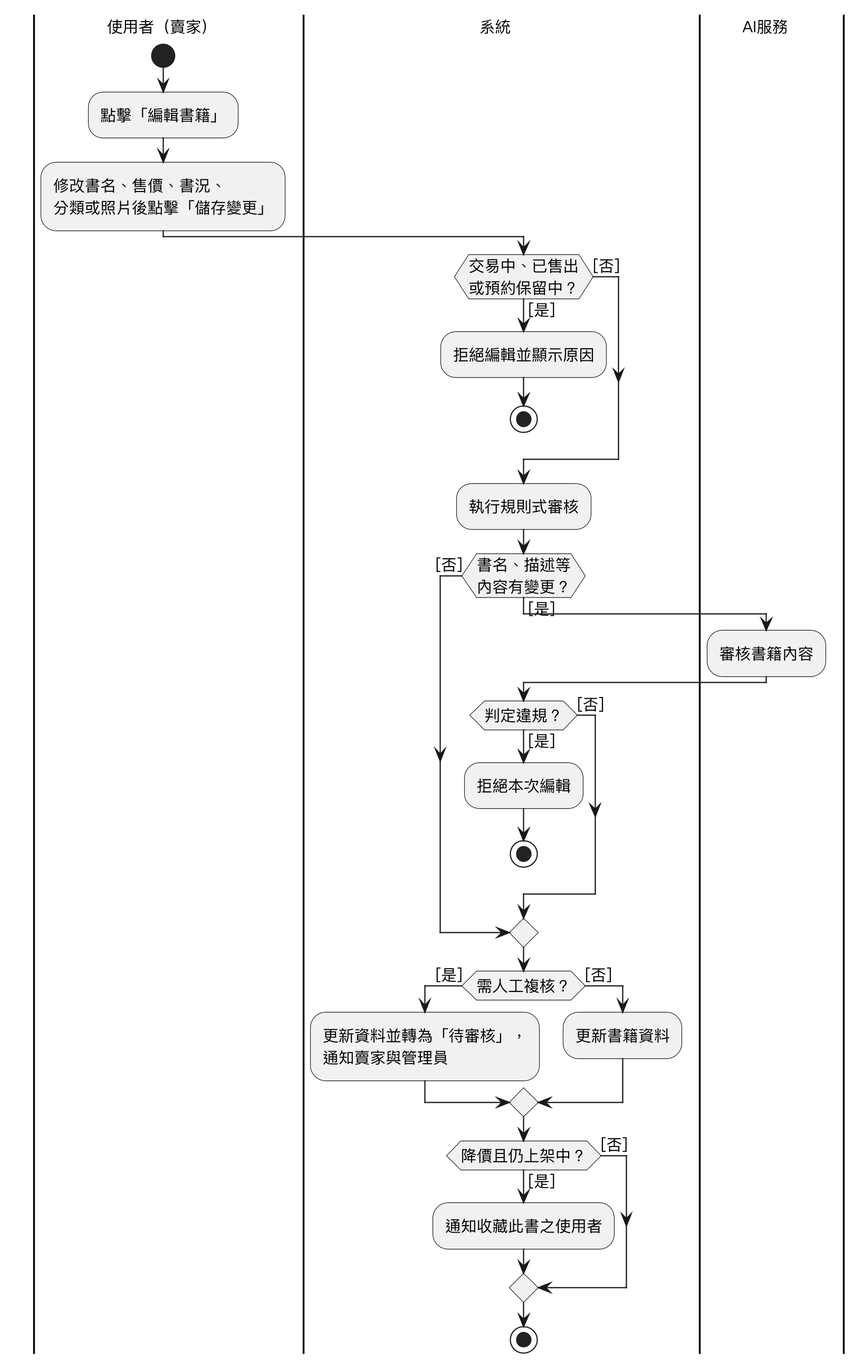
The PlantUML diagram Diagrams/Activity diagram/v3/uc02.png in SaveMyBook/SaveMyBook, before a commit.
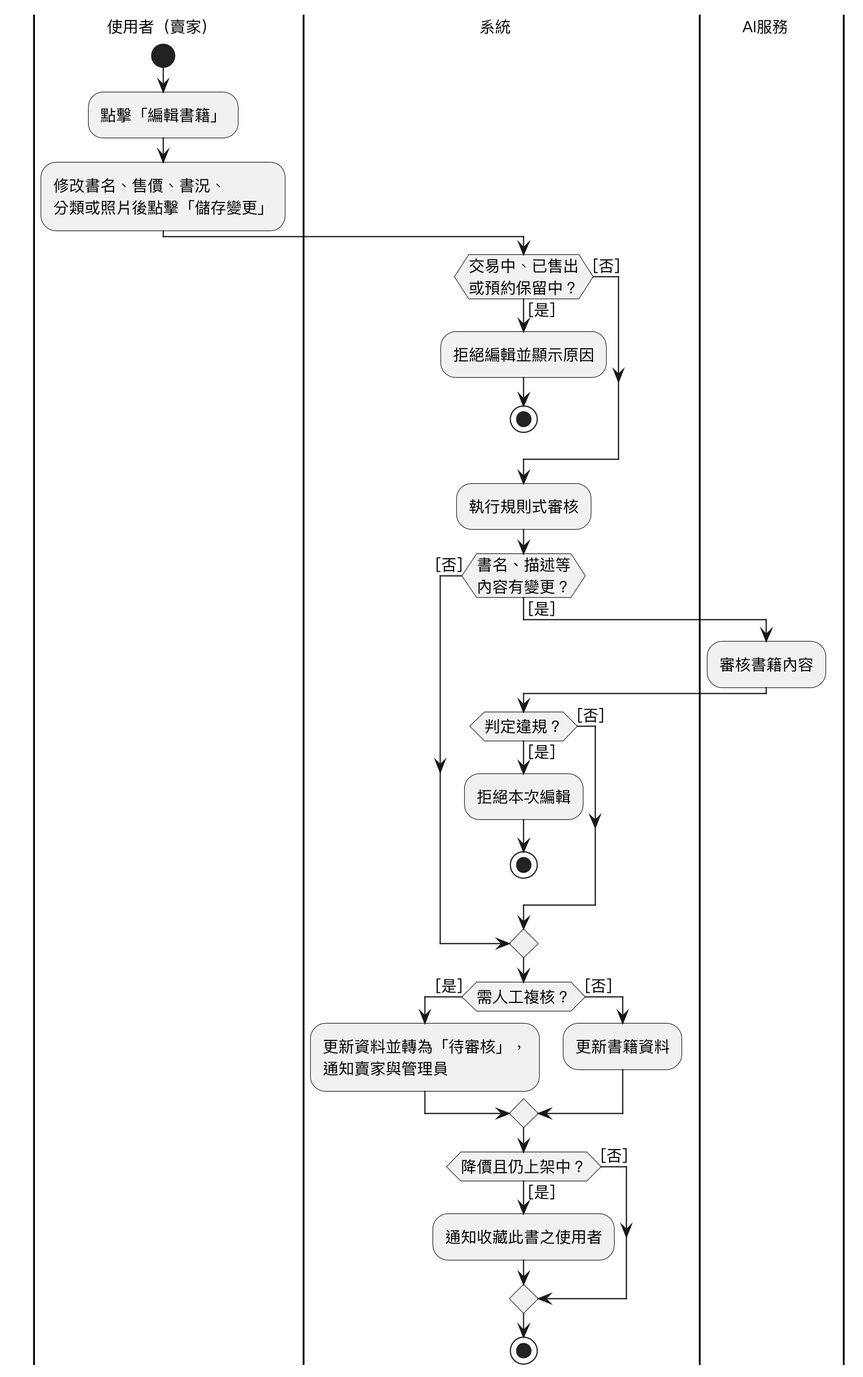
After the commit.

The edit, as a diff of the source:
```diff
@@ -16,7 +16,7 @@
 else ([否])
 endif
 :執行規則式審核;
-if (書名、描述等\n內容有變更？) then ([是])
+if (書名、描述等\n內容有變更？) then ([是]\n)
   |AI服務|
   :審核書籍內容;
   |系統|
```
